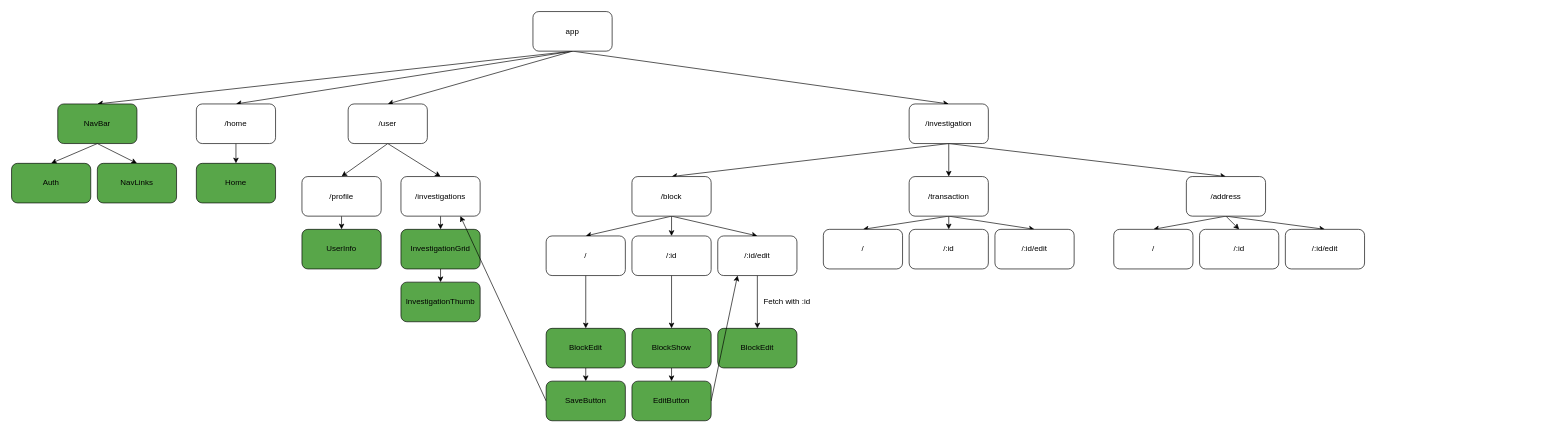
Above: component_tree.drawio in tywenk/investigate (draw.io), before the change. Source tidied: cells renumbered, new cells numbered last; positions are measured from the earlier drawing's top-left corner, leaving out a move shared by most shapes. Both pictures are drawn from the tidied source at 66%, with x=0, y=0 at pixel (11, 11).
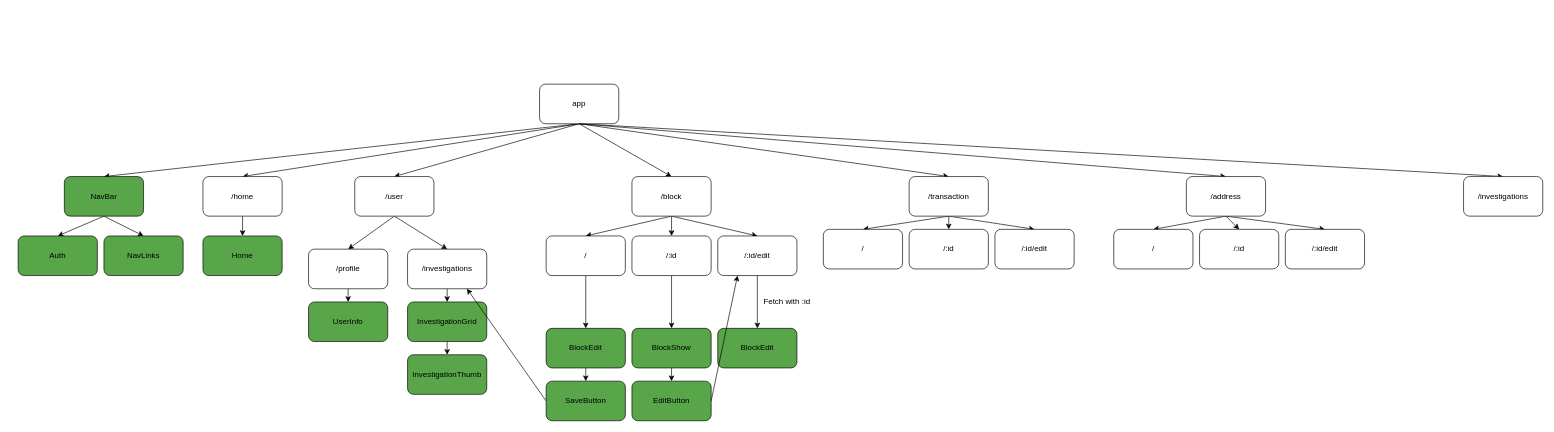
The same page after the edit.

The change refers to these unchanged cells:
```xml
<mxCell id="23" value="/block" style="rounded=1;whiteSpace=wrap;html=1;" parent="1" vertex="1">
  <mxGeometry x="940" y="250" width="120" height="60" as="geometry" />
</mxCell>
<mxCell id="27" value="/transaction" style="rounded=1;whiteSpace=wrap;html=1;" parent="1" vertex="1">
  <mxGeometry x="1360" y="250" width="120" height="60" as="geometry" />
</mxCell>
<mxCell id="31" value="/address" style="rounded=1;whiteSpace=wrap;html=1;" parent="1" vertex="1">
  <mxGeometry x="1780" y="250" width="120" height="60" as="geometry" />
</mxCell>
```

What changed in the source:
```diff
@@
-    <mxCell id="4" style="edgeStyle=none;html=1;exitX=0.5;exitY=1;exitDx=0;exitDy=0;entryX=0.5;entryY=0;entryDx=0;entryDy=0;" parent="1" edge="1" source="6" target="15">
-      <mxGeometry relative="1" as="geometry" />
-    </mxCell>
@@
+    <mxCell id="64" style="edgeStyle=none;html=1;exitX=0.5;exitY=1;exitDx=0;exitDy=0;entryX=0.5;entryY=0;entryDx=0;entryDy=0;" parent="1" edge="1" source="6" target="65">
+      <mxGeometry relative="1" as="geometry" />
+    </mxCell>
     <mxCell id="6" value="app" style="rounded=1;whiteSpace=wrap;html=1;" parent="1" vertex="1">
-      <mxGeometry x="790" width="120" height="60" as="geometry" />
+      <mxGeometry x="800" y="110" width="120" height="60" as="geometry" />
     </mxCell>
@@
     <mxCell id="9" value="/user" style="rounded=1;whiteSpace=wrap;html=1;" parent="1" vertex="1">
-      <mxGeometry x="510" y="140" width="120" height="60" as="geometry" />
+      <mxGeometry x="520" y="250" width="120" height="60" as="geometry" />
     </mxCell>
@@
     <mxCell id="11" value="/home" style="rounded=1;whiteSpace=wrap;html=1;" parent="1" vertex="1">
-      <mxGeometry x="280" y="140" width="120" height="60" as="geometry" />
+      <mxGeometry x="290" y="250" width="120" height="60" as="geometry" />
     </mxCell>
-    <mxCell id="12" style="edgeStyle=none;html=1;exitX=0.5;exitY=1;exitDx=0;exitDy=0;entryX=0.5;entryY=0;entryDx=0;entryDy=0;" parent="1" edge="1" source="15" target="23">
+    <mxCell id="12" style="edgeStyle=none;html=1;exitX=0.5;exitY=1;exitDx=0;exitDy=0;entryX=0.5;entryY=0;entryDx=0;entryDy=0;" parent="1" edge="1" source="6" target="23">
       <mxGeometry relative="1" as="geometry" />
     </mxCell>
-    <mxCell id="13" style="edgeStyle=none;html=1;exitX=0.5;exitY=1;exitDx=0;exitDy=0;entryX=0.5;entryY=0;entryDx=0;entryDy=0;" parent="1" edge="1" source="15" target="27">
+    <mxCell id="13" style="edgeStyle=none;html=1;exitX=0.5;exitY=1;exitDx=0;exitDy=0;entryX=0.5;entryY=0;entryDx=0;entryDy=0;" parent="1" edge="1" source="6" target="27">
       <mxGeometry relative="1" as="geometry" />
     </mxCell>
-    <mxCell id="14" style="edgeStyle=none;html=1;exitX=0.5;exitY=1;exitDx=0;exitDy=0;entryX=0.5;entryY=0;entryDx=0;entryDy=0;" parent="1" edge="1" source="15" target="31">
+    <mxCell id="14" style="edgeStyle=none;html=1;exitX=0.5;exitY=1;exitDx=0;exitDy=0;entryX=0.5;entryY=0;entryDx=0;entryDy=0;" parent="1" edge="1" source="6" target="31">
       <mxGeometry relative="1" as="geometry" />
     </mxCell>
-    <mxCell id="15" value="/investigation" style="rounded=1;whiteSpace=wrap;html=1;" parent="1" vertex="1">
-      <mxGeometry x="1360" y="140" width="120" height="60" as="geometry" />
-    </mxCell>
@@
     <mxCell id="17" value="/profile" style="rounded=1;whiteSpace=wrap;html=1;" parent="1" vertex="1">
-      <mxGeometry x="440" y="250" width="120" height="60" as="geometry" />
+      <mxGeometry x="450" y="360" width="120" height="60" as="geometry" />
     </mxCell>
@@
     <mxCell id="19" value="/investigations" style="rounded=1;whiteSpace=wrap;html=1;" parent="1" vertex="1">
-      <mxGeometry x="590" y="250" width="120" height="60" as="geometry" />
+      <mxGeometry x="600" y="360" width="120" height="60" as="geometry" />
     </mxCell>
@@
     <mxCell id="45" value="InvestigationGrid" style="rounded=1;whiteSpace=wrap;html=1;fillColor=#58A649;" parent="1" vertex="1">
-      <mxGeometry x="590" y="330" width="120" height="60" as="geometry" />
+      <mxGeometry x="600" y="440" width="120" height="60" as="geometry" />
     </mxCell>
     <mxCell id="46" value="InvestigationThumb" style="rounded=1;whiteSpace=wrap;html=1;fillColor=#58A649;" parent="1" vertex="1">
-      <mxGeometry x="590" y="410" width="120" height="60" as="geometry" />
+      <mxGeometry x="600" y="520" width="120" height="60" as="geometry" />
     </mxCell>
     <mxCell id="47" value="UserInfo" style="rounded=1;whiteSpace=wrap;html=1;fillColor=#58A649;" parent="1" vertex="1">
-      <mxGeometry x="440" y="330" width="120" height="60" as="geometry" />
+      <mxGeometry x="450" y="440" width="120" height="60" as="geometry" />
     </mxCell>
     <mxCell id="48" value="Home" style="rounded=1;whiteSpace=wrap;html=1;fillColor=#58A649;" parent="1" vertex="1">
-      <mxGeometry x="280" y="230" width="120" height="60" as="geometry" />
+      <mxGeometry x="290" y="340" width="120" height="60" as="geometry" />
     </mxCell>
@@
     <mxCell id="55" value="NavBar" style="rounded=1;whiteSpace=wrap;html=1;fillColor=#58A649;" parent="1" vertex="1">
-      <mxGeometry x="70" y="140" width="120" height="60" as="geometry" />
+      <mxGeometry x="80" y="250" width="120" height="60" as="geometry" />
     </mxCell>
     <mxCell id="56" value="Auth" style="rounded=1;whiteSpace=wrap;html=1;fillColor=#58A649;" parent="1" vertex="1">
-      <mxGeometry y="230" width="120" height="60" as="geometry" />
+      <mxGeometry x="10" y="340" width="120" height="60" as="geometry" />
     </mxCell>
     <mxCell id="57" value="NavLinks" style="rounded=1;whiteSpace=wrap;html=1;fillColor=#58A649;" parent="1" vertex="1">
-      <mxGeometry x="130" y="230" width="120" height="60" as="geometry" />
+      <mxGeometry x="140" y="340" width="120" height="60" as="geometry" />
     </mxCell>
@@
+    <mxCell id="65" value="/investigations" style="rounded=1;whiteSpace=wrap;html=1;" parent="1" vertex="1">
+      <mxGeometry x="2200" y="250" width="120" height="60" as="geometry" />
+    </mxCell>
```
